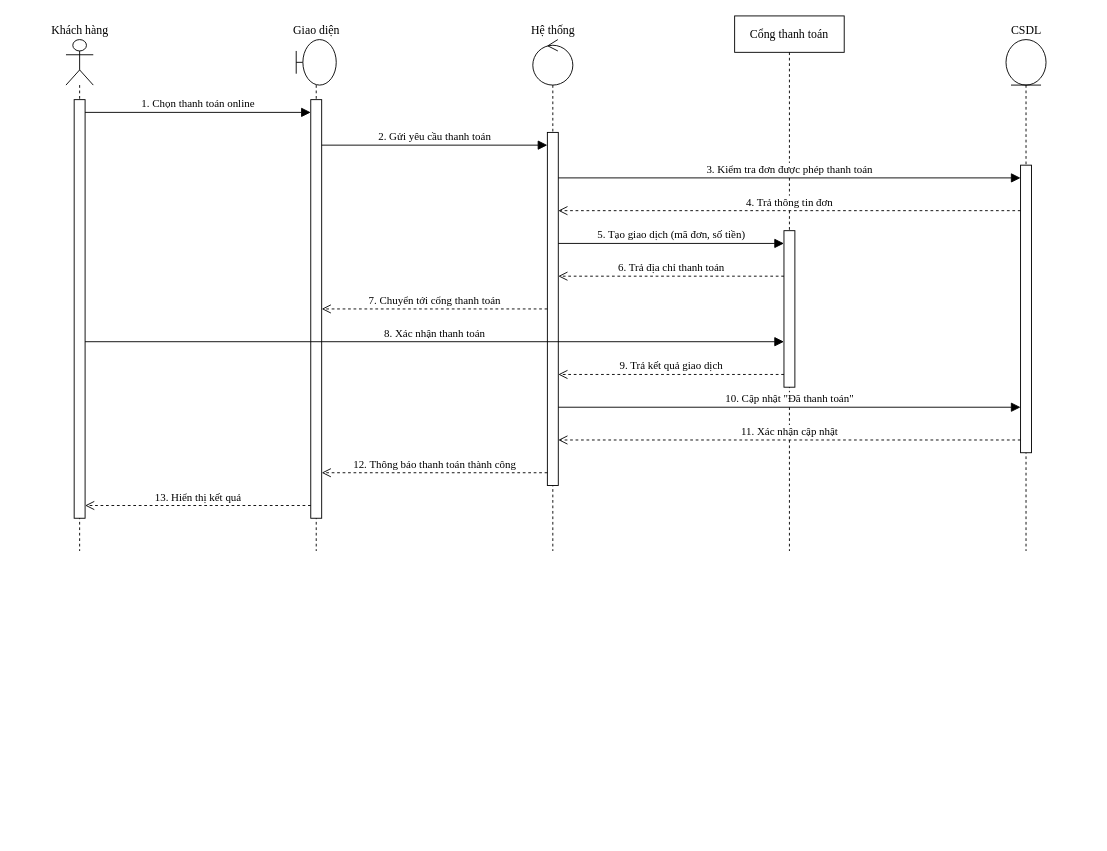
Before: docs/drawio/tuan-tu-don-gian/sd03-thanh-toan.drawio in ngocanh82205/Hieuthuoc, a draw.io diagram. Source tidied: cells renumbered, new cells numbered last; positions are measured from the earlier drawing's top-left corner, leaving out a move shared by most shapes. Both pictures are drawn from the tidied source at 91%, with x=0, y=0 at pixel (66, 15).
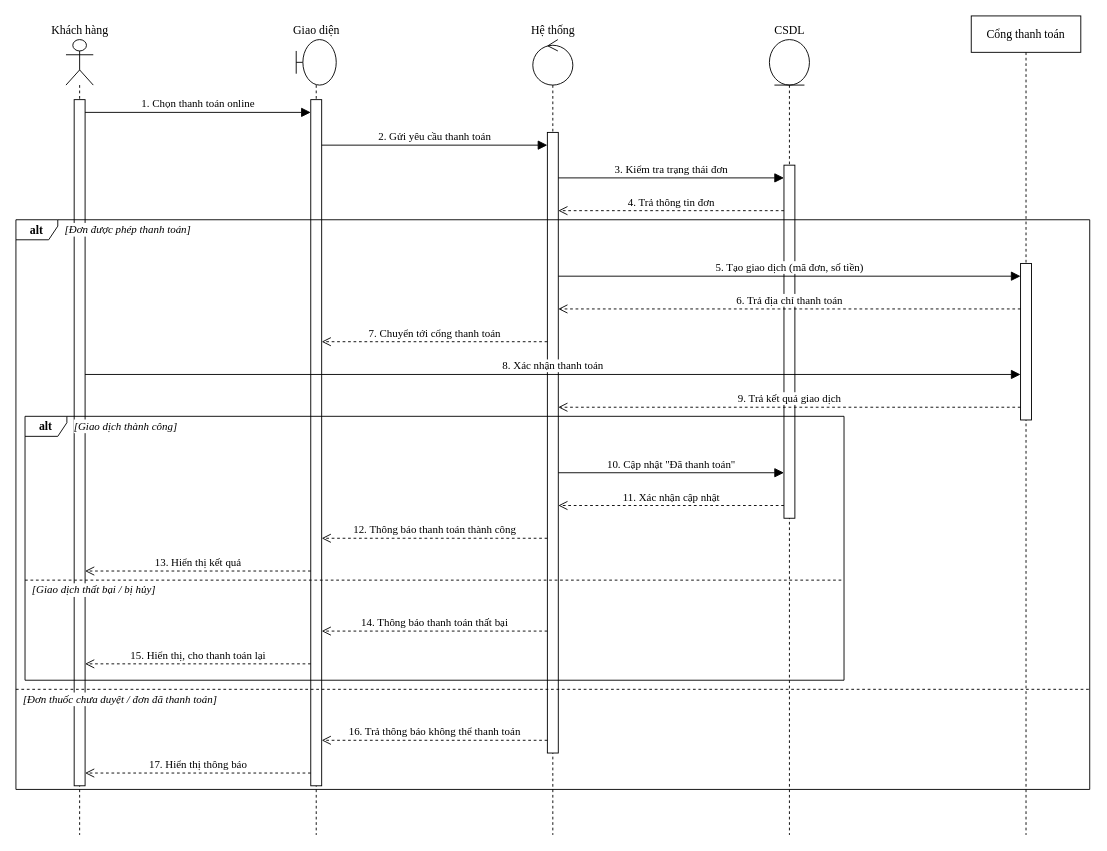
The same page after the edit.

Change to the diagram source:
```diff
@@
     <mxCell id="2" value="Khách hàng" style="shape=umlLifeline;perimeter=lifelinePerimeter;participant=umlActor;whiteSpace=nowrap;html=1;verticalAlign=bottom;labelPosition=center;verticalLabelPosition=top;align=center;size=50;fontFamily=Times New Roman;fontSize=13;fillColor=#ffffff;strokeColor=#000000;" parent="1" vertex="1">
-      <mxGeometry y="26" width="30" height="562" as="geometry" />
+      <mxGeometry y="26" width="30" height="874" as="geometry" />
     </mxCell>
     <mxCell id="3" value="Giao diện" style="shape=umlLifeline;perimeter=lifelinePerimeter;participant=umlBoundary;whiteSpace=nowrap;html=1;verticalAlign=bottom;labelPosition=center;verticalLabelPosition=top;align=center;size=50;fontFamily=Times New Roman;fontSize=13;fillColor=#ffffff;strokeColor=#000000;" parent="1" vertex="1">
-      <mxGeometry x="253" y="26" width="44" height="562" as="geometry" />
+      <mxGeometry x="253" y="26" width="44" height="874" as="geometry" />
     </mxCell>
     <mxCell id="4" value="Hệ thống" style="shape=umlLifeline;perimeter=lifelinePerimeter;participant=umlControl;whiteSpace=nowrap;html=1;verticalAlign=bottom;labelPosition=center;verticalLabelPosition=top;align=center;size=50;fontFamily=Times New Roman;fontSize=13;fillColor=#ffffff;strokeColor=#000000;" parent="1" vertex="1">
-      <mxGeometry x="513" y="26" width="44" height="562" as="geometry" />
+      <mxGeometry x="513" y="26" width="44" height="874" as="geometry" />
     </mxCell>
-    <mxCell id="5" value="Cổng thanh toán" style="shape=umlLifeline;perimeter=lifelinePerimeter;whiteSpace=wrap;html=1;size=40;fontFamily=Times New Roman;fontSize=13;fillColor=#ffffff;strokeColor=#000000;" parent="1" vertex="1">
-      <mxGeometry x="734.8" width="120.4" height="588" as="geometry" />
+    <mxCell id="5" value="CSDL" style="shape=umlLifeline;perimeter=lifelinePerimeter;participant=umlEntity;whiteSpace=nowrap;html=1;verticalAlign=bottom;labelPosition=center;verticalLabelPosition=top;align=center;size=50;fontFamily=Times New Roman;fontSize=13;fillColor=#ffffff;strokeColor=#000000;" parent="1" vertex="1">
+      <mxGeometry x="773" y="26" width="44" height="874" as="geometry" />
     </mxCell>
-    <mxCell id="6" value="CSDL" style="shape=umlLifeline;perimeter=lifelinePerimeter;participant=umlEntity;whiteSpace=nowrap;html=1;verticalAlign=bottom;labelPosition=center;verticalLabelPosition=top;align=center;size=50;fontFamily=Times New Roman;fontSize=13;fillColor=#ffffff;strokeColor=#000000;" parent="1" vertex="1">
-      <mxGeometry x="1033" y="26" width="44" height="562" as="geometry" />
+    <mxCell id="6" value="Cổng thanh toán" style="shape=umlLifeline;perimeter=lifelinePerimeter;whiteSpace=wrap;html=1;size=40;fontFamily=Times New Roman;fontSize=13;fillColor=#ffffff;strokeColor=#000000;" parent="1" vertex="1">
+      <mxGeometry x="994.8" width="120.4" height="900" as="geometry" />
     </mxCell>
     <mxCell id="7" style="html=1;perimeter=orthogonalPerimeter;fillColor=#ffffff;strokeColor=#000000;" parent="1" vertex="1">
-      <mxGeometry x="9" y="92" width="12" height="460" as="geometry" />
+      <mxGeometry x="9" y="92" width="12" height="754" as="geometry" />
     </mxCell>
     <mxCell id="8" style="html=1;perimeter=orthogonalPerimeter;fillColor=#ffffff;strokeColor=#000000;" parent="1" vertex="1">
-      <mxGeometry x="269" y="92" width="12" height="460" as="geometry" />
+      <mxGeometry x="269" y="92" width="12" height="754" as="geometry" />
     </mxCell>
     <mxCell id="9" style="html=1;perimeter=orthogonalPerimeter;fillColor=#ffffff;strokeColor=#000000;" parent="1" vertex="1">
-      <mxGeometry x="529" y="128" width="12" height="388" as="geometry" />
+      <mxGeometry x="529" y="128" width="12" height="682" as="geometry" />
     </mxCell>
     <mxCell id="10" style="html=1;perimeter=orthogonalPerimeter;fillColor=#ffffff;strokeColor=#000000;" parent="1" vertex="1">
-      <mxGeometry x="789" y="236" width="12" height="172" as="geometry" />
+      <mxGeometry x="789" y="164" width="12" height="388" as="geometry" />
     </mxCell>
     <mxCell id="11" style="html=1;perimeter=orthogonalPerimeter;fillColor=#ffffff;strokeColor=#000000;" parent="1" vertex="1">
-      <mxGeometry x="1049" y="164" width="12" height="316" as="geometry" />
+      <mxGeometry x="1049" y="272" width="12" height="172" as="geometry" />
     </mxCell>
-    <mxCell id="12" value="1. Chọn thanh toán online" style="html=1;verticalAlign=bottom;fontFamily=Times New Roman;fontSize=13;fontSize=12;strokeColor=#000000;labelBackgroundColor=#ffffff;endArrow=block;endFill=1;endSize=8;" parent="1" edge="1">
-      <mxGeometry relative="1" as="geometry">
-        <mxPoint x="21" y="106" as="sourcePoint" />
-        <mxPoint x="269" y="106" as="targetPoint" />
-      </mxGeometry>
-    </mxCell>
-    <mxCell id="13" value="2. Gửi yêu cầu thanh toán" style="html=1;verticalAlign=bottom;fontFamily=Times New Roman;fontSize=13;fontSize=12;strokeColor=#000000;labelBackgroundColor=#ffffff;endArrow=block;endFill=1;endSize=8;" parent="1" edge="1">
-      <mxGeometry relative="1" as="geometry">
-        <mxPoint x="281" y="142" as="sourcePoint" />
-        <mxPoint x="529" y="142" as="targetPoint" />
-      </mxGeometry>
-    </mxCell>
+    <mxCell id="25" value="alt" style="shape=umlFrame;whiteSpace=wrap;html=1;width=46;height=22;fontStyle=1;fontFamily=Times New Roman;fontSize=13;strokeColor=#000000;fillColor=none;" parent="1" vertex="1">
+      <mxGeometry x="-45" y="440" width="900" height="290" as="geometry" />
+    </mxCell>
+    <mxCell id="26" value="[Giao dịch thành công]" style="text;html=1;align=left;verticalAlign=middle;fontFamily=Times New Roman;fontSize=13;fontSize=12;fontStyle=2;labelBackgroundColor=#ffffff;" parent="1" vertex="1">
+      <mxGeometry x="7" y="441" width="175.2" height="20" as="geometry" />
+    </mxCell>
-    <mxCell id="14" value="3. Kiểm tra đơn được phép thanh toán" style="html=1;verticalAlign=bottom;fontFamily=Times New Roman;fontSize=13;fontSize=12;strokeColor=#000000;labelBackgroundColor=#ffffff;endArrow=block;endFill=1;endSize=8;" parent="1" edge="1">
+    <mxCell id="14" style="html=1;endArrow=none;dashed=1;strokeColor=#000000;" parent="1" edge="1">
       <mxGeometry relative="1" as="geometry">
-        <mxPoint x="541" y="178" as="sourcePoint" />
-        <mxPoint x="1049" y="178" as="targetPoint" />
+        <mxPoint x="-45" y="620" as="sourcePoint" />
+        <mxPoint x="855" y="620" as="targetPoint" />
       </mxGeometry>
     </mxCell>
-    <mxCell id="15" value="4. Trả thông tin đơn" style="html=1;verticalAlign=bottom;fontFamily=Times New Roman;fontSize=13;fontSize=12;strokeColor=#000000;labelBackgroundColor=#ffffff;dashed=1;endArrow=open;endSize=8;" parent="1" edge="1">
-      <mxGeometry relative="1" as="geometry">
-        <mxPoint x="1049" y="214" as="sourcePoint" />
-        <mxPoint x="541" y="214" as="targetPoint" />
-      </mxGeometry>
-    </mxCell>
-    <mxCell id="16" value="5. Tạo giao dịch (mã đơn, số tiền)" style="html=1;verticalAlign=bottom;fontFamily=Times New Roman;fontSize=13;fontSize=12;strokeColor=#000000;labelBackgroundColor=#ffffff;endArrow=block;endFill=1;endSize=8;" parent="1" edge="1">
-      <mxGeometry relative="1" as="geometry">
-        <mxPoint x="541" y="250" as="sourcePoint" />
-        <mxPoint x="789" y="250" as="targetPoint" />
-      </mxGeometry>
-    </mxCell>
-    <mxCell id="17" value="6. Trả địa chỉ thanh toán" style="html=1;verticalAlign=bottom;fontFamily=Times New Roman;fontSize=13;fontSize=12;strokeColor=#000000;labelBackgroundColor=#ffffff;dashed=1;endArrow=open;endSize=8;" parent="1" edge="1">
-      <mxGeometry relative="1" as="geometry">
-        <mxPoint x="789" y="286" as="sourcePoint" />
-        <mxPoint x="541" y="286" as="targetPoint" />
-      </mxGeometry>
-    </mxCell>
+    <mxCell id="27" value="[Giao dịch thất bại / bị hủy]" style="text;html=1;align=left;verticalAlign=middle;fontFamily=Times New Roman;fontSize=13;fontSize=12;fontStyle=2;labelBackgroundColor=#ffffff;" parent="1" vertex="1">
+      <mxGeometry x="-39" y="621" width="223.9" height="20" as="geometry" />
+    </mxCell>
+    <mxCell id="28" value="alt" style="shape=umlFrame;whiteSpace=wrap;html=1;width=46;height=22;fontStyle=1;fontFamily=Times New Roman;fontSize=13;strokeColor=#000000;fillColor=none;" parent="1" vertex="1">
+      <mxGeometry x="-55" y="224" width="1180" height="626" as="geometry" />
+    </mxCell>
+    <mxCell id="29" value="[Đơn được phép thanh toán]" style="text;html=1;align=left;verticalAlign=middle;fontFamily=Times New Roman;fontSize=13;fontSize=12;fontStyle=2;labelBackgroundColor=#ffffff;" parent="1" vertex="1">
+      <mxGeometry x="-3" y="225" width="203" height="20" as="geometry" />
+    </mxCell>
-    <mxCell id="18" value="7. Chuyển tới cổng thanh toán" style="html=1;verticalAlign=bottom;fontFamily=Times New Roman;fontSize=13;fontSize=12;strokeColor=#000000;labelBackgroundColor=#ffffff;dashed=1;endArrow=open;endSize=8;" parent="1" edge="1">
+    <mxCell id="18" style="html=1;endArrow=none;dashed=1;strokeColor=#000000;" parent="1" edge="1">
       <mxGeometry relative="1" as="geometry">
-        <mxPoint x="529" y="322" as="sourcePoint" />
-        <mxPoint x="281" y="322" as="targetPoint" />
+        <mxPoint x="-55" y="740" as="sourcePoint" />
+        <mxPoint x="1125" y="740" as="targetPoint" />
       </mxGeometry>
     </mxCell>
-    <mxCell id="19" value="8. Xác nhận thanh toán" style="html=1;verticalAlign=bottom;fontFamily=Times New Roman;fontSize=13;fontSize=12;strokeColor=#000000;labelBackgroundColor=#ffffff;endArrow=block;endFill=1;endSize=8;" parent="1" edge="1">
-      <mxGeometry relative="1" as="geometry">
-        <mxPoint x="21" y="358" as="sourcePoint" />
-        <mxPoint x="789" y="358" as="targetPoint" />
-      </mxGeometry>
-    </mxCell>
+    <mxCell id="30" value="[Đơn thuốc chưa duyệt / đơn đã thanh toán]" style="text;html=1;align=left;verticalAlign=middle;fontFamily=Times New Roman;fontSize=13;fontSize=12;fontStyle=2;labelBackgroundColor=#ffffff;" parent="1" vertex="1">
+      <mxGeometry x="-49" y="741" width="314.4" height="20" as="geometry" />
+    </mxCell>
-    <mxCell id="20" value="9. Trả kết quả giao dịch" style="html=1;verticalAlign=bottom;fontFamily=Times New Roman;fontSize=13;fontSize=12;strokeColor=#000000;labelBackgroundColor=#ffffff;dashed=1;endArrow=open;endSize=8;" parent="1" edge="1">
+    <mxCell id="20" value="1. Chọn thanh toán online" style="html=1;verticalAlign=bottom;fontFamily=Times New Roman;fontSize=13;fontSize=12;strokeColor=#000000;labelBackgroundColor=#ffffff;endArrow=block;endFill=1;endSize=8;" parent="1" edge="1">
       <mxGeometry relative="1" as="geometry">
-        <mxPoint x="789" y="394" as="sourcePoint" />
-        <mxPoint x="541" y="394" as="targetPoint" />
+        <mxPoint x="21" y="106" as="sourcePoint" />
+        <mxPoint x="269" y="106" as="targetPoint" />
       </mxGeometry>
     </mxCell>
-    <mxCell id="21" value="10. Cập nhật &quot;Đã thanh toán&quot;" style="html=1;verticalAlign=bottom;fontFamily=Times New Roman;fontSize=13;fontSize=12;strokeColor=#000000;labelBackgroundColor=#ffffff;endArrow=block;endFill=1;endSize=8;" parent="1" edge="1">
+    <mxCell id="21" value="2. Gửi yêu cầu thanh toán" style="html=1;verticalAlign=bottom;fontFamily=Times New Roman;fontSize=13;fontSize=12;strokeColor=#000000;labelBackgroundColor=#ffffff;endArrow=block;endFill=1;endSize=8;" parent="1" edge="1">
       <mxGeometry relative="1" as="geometry">
-        <mxPoint x="541" y="430" as="sourcePoint" />
-        <mxPoint x="1049" y="430" as="targetPoint" />
+        <mxPoint x="281" y="142" as="sourcePoint" />
+        <mxPoint x="529" y="142" as="targetPoint" />
       </mxGeometry>
     </mxCell>
-    <mxCell id="22" value="11. Xác nhận cập nhật" style="html=1;verticalAlign=bottom;fontFamily=Times New Roman;fontSize=13;fontSize=12;strokeColor=#000000;labelBackgroundColor=#ffffff;dashed=1;endArrow=open;endSize=8;" parent="1" edge="1">
+    <mxCell id="22" value="3. Kiểm tra trạng thái đơn" style="html=1;verticalAlign=bottom;fontFamily=Times New Roman;fontSize=13;fontSize=12;strokeColor=#000000;labelBackgroundColor=#ffffff;endArrow=block;endFill=1;endSize=8;" parent="1" edge="1">
       <mxGeometry relative="1" as="geometry">
-        <mxPoint x="1049" y="466" as="sourcePoint" />
-        <mxPoint x="541" y="466" as="targetPoint" />
+        <mxPoint x="541" y="178" as="sourcePoint" />
+        <mxPoint x="789" y="178" as="targetPoint" />
       </mxGeometry>
     </mxCell>
-    <mxCell id="23" value="12. Thông báo thanh toán thành công" style="html=1;verticalAlign=bottom;fontFamily=Times New Roman;fontSize=13;fontSize=12;strokeColor=#000000;labelBackgroundColor=#ffffff;dashed=1;endArrow=open;endSize=8;" parent="1" edge="1">
+    <mxCell id="23" value="4. Trả thông tin đơn" style="html=1;verticalAlign=bottom;fontFamily=Times New Roman;fontSize=13;fontSize=12;strokeColor=#000000;labelBackgroundColor=#ffffff;dashed=1;endArrow=open;endSize=8;" parent="1" edge="1">
       <mxGeometry relative="1" as="geometry">
-        <mxPoint x="529" y="502" as="sourcePoint" />
-        <mxPoint x="281" y="502" as="targetPoint" />
+        <mxPoint x="789" y="214" as="sourcePoint" />
+        <mxPoint x="541" y="214" as="targetPoint" />
       </mxGeometry>
     </mxCell>
-    <mxCell id="24" value="13. Hiển thị kết quả" style="html=1;verticalAlign=bottom;fontFamily=Times New Roman;fontSize=13;fontSize=12;strokeColor=#000000;labelBackgroundColor=#ffffff;dashed=1;endArrow=open;endSize=8;" parent="1" edge="1">
+    <mxCell id="24" value="5. Tạo giao dịch (mã đơn, số tiền)" style="html=1;verticalAlign=bottom;fontFamily=Times New Roman;fontSize=13;fontSize=12;strokeColor=#000000;labelBackgroundColor=#ffffff;endArrow=block;endFill=1;endSize=8;" parent="1" edge="1">
       <mxGeometry relative="1" as="geometry">
-        <mxPoint x="269" y="538" as="sourcePoint" />
-        <mxPoint x="21" y="538" as="targetPoint" />
+        <mxPoint x="541" y="286" as="sourcePoint" />
+        <mxPoint x="1049" y="286" as="targetPoint" />
       </mxGeometry>
     </mxCell>
+    <mxCell id="17" value="6. Trả địa chỉ thanh toán" style="html=1;verticalAlign=bottom;fontFamily=Times New Roman;fontSize=13;fontSize=12;strokeColor=#000000;labelBackgroundColor=#ffffff;dashed=1;endArrow=open;endSize=8;" parent="1" edge="1">
+      <mxGeometry relative="1" as="geometry">
+        <mxPoint x="1049" y="322" as="sourcePoint" />
+        <mxPoint x="541" y="322" as="targetPoint" />
+      </mxGeometry>
+    </mxCell>
+    <mxCell id="31" value="7. Chuyển tới cổng thanh toán" style="html=1;verticalAlign=bottom;fontFamily=Times New Roman;fontSize=13;fontSize=12;strokeColor=#000000;labelBackgroundColor=#ffffff;dashed=1;endArrow=open;endSize=8;" parent="1" edge="1">
+      <mxGeometry relative="1" as="geometry">
+        <mxPoint x="529" y="358" as="sourcePoint" />
+        <mxPoint x="281" y="358" as="targetPoint" />
+      </mxGeometry>
+    </mxCell>
+    <mxCell id="19" value="8. Xác nhận thanh toán" style="html=1;verticalAlign=bottom;fontFamily=Times New Roman;fontSize=13;fontSize=12;strokeColor=#000000;labelBackgroundColor=#ffffff;endArrow=block;endFill=1;endSize=8;" parent="1" edge="1">
+      <mxGeometry relative="1" as="geometry">
+        <mxPoint x="21" y="394" as="sourcePoint" />
+        <mxPoint x="1049" y="394" as="targetPoint" />
+      </mxGeometry>
+    </mxCell>
+    <mxCell id="32" value="9. Trả kết quả giao dịch" style="html=1;verticalAlign=bottom;fontFamily=Times New Roman;fontSize=13;fontSize=12;strokeColor=#000000;labelBackgroundColor=#ffffff;dashed=1;endArrow=open;endSize=8;" parent="1" edge="1">
+      <mxGeometry relative="1" as="geometry">
+        <mxPoint x="1049" y="430" as="sourcePoint" />
+        <mxPoint x="541" y="430" as="targetPoint" />
+      </mxGeometry>
+    </mxCell>
+    <mxCell id="33" value="10. Cập nhật &quot;Đã thanh toán&quot;" style="html=1;verticalAlign=bottom;fontFamily=Times New Roman;fontSize=13;fontSize=12;strokeColor=#000000;labelBackgroundColor=#ffffff;endArrow=block;endFill=1;endSize=8;" parent="1" edge="1">
+      <mxGeometry relative="1" as="geometry">
+        <mxPoint x="541" y="502" as="sourcePoint" />
+        <mxPoint x="789" y="502" as="targetPoint" />
+      </mxGeometry>
+    </mxCell>
+    <mxCell id="34" value="11. Xác nhận cập nhật" style="html=1;verticalAlign=bottom;fontFamily=Times New Roman;fontSize=13;fontSize=12;strokeColor=#000000;labelBackgroundColor=#ffffff;dashed=1;endArrow=open;endSize=8;" parent="1" edge="1">
+      <mxGeometry relative="1" as="geometry">
+        <mxPoint x="789" y="538" as="sourcePoint" />
+        <mxPoint x="541" y="538" as="targetPoint" />
+      </mxGeometry>
+    </mxCell>
+    <mxCell id="35" value="12. Thông báo thanh toán thành công" style="html=1;verticalAlign=bottom;fontFamily=Times New Roman;fontSize=13;fontSize=12;strokeColor=#000000;labelBackgroundColor=#ffffff;dashed=1;endArrow=open;endSize=8;" parent="1" edge="1">
+      <mxGeometry relative="1" as="geometry">
+        <mxPoint x="529" y="574" as="sourcePoint" />
+        <mxPoint x="281" y="574" as="targetPoint" />
+      </mxGeometry>
+    </mxCell>
+    <mxCell id="36" value="13. Hiển thị kết quả" style="html=1;verticalAlign=bottom;fontFamily=Times New Roman;fontSize=13;fontSize=12;strokeColor=#000000;labelBackgroundColor=#ffffff;dashed=1;endArrow=open;endSize=8;" parent="1" edge="1">
+      <mxGeometry relative="1" as="geometry">
+        <mxPoint x="269" y="610" as="sourcePoint" />
+        <mxPoint x="21" y="610" as="targetPoint" />
+      </mxGeometry>
+    </mxCell>
+    <mxCell id="37" value="14. Thông báo thanh toán thất bại" style="html=1;verticalAlign=bottom;fontFamily=Times New Roman;fontSize=13;fontSize=12;strokeColor=#000000;labelBackgroundColor=#ffffff;dashed=1;endArrow=open;endSize=8;" parent="1" edge="1">
+      <mxGeometry relative="1" as="geometry">
+        <mxPoint x="529" y="676" as="sourcePoint" />
+        <mxPoint x="281" y="676" as="targetPoint" />
+      </mxGeometry>
+    </mxCell>
+    <mxCell id="38" value="15. Hiển thị, cho thanh toán lại" style="html=1;verticalAlign=bottom;fontFamily=Times New Roman;fontSize=13;fontSize=12;strokeColor=#000000;labelBackgroundColor=#ffffff;dashed=1;endArrow=open;endSize=8;" parent="1" edge="1">
+      <mxGeometry relative="1" as="geometry">
+        <mxPoint x="269" y="712" as="sourcePoint" />
+        <mxPoint x="21" y="712" as="targetPoint" />
+      </mxGeometry>
+    </mxCell>
+    <mxCell id="39" value="16. Trả thông báo không thể thanh toán" style="html=1;verticalAlign=bottom;fontFamily=Times New Roman;fontSize=13;fontSize=12;strokeColor=#000000;labelBackgroundColor=#ffffff;dashed=1;endArrow=open;endSize=8;" parent="1" edge="1">
+      <mxGeometry relative="1" as="geometry">
+        <mxPoint x="529" y="796" as="sourcePoint" />
+        <mxPoint x="281" y="796" as="targetPoint" />
+      </mxGeometry>
+    </mxCell>
+    <mxCell id="40" value="17. Hiển thị thông báo" style="html=1;verticalAlign=bottom;fontFamily=Times New Roman;fontSize=13;fontSize=12;strokeColor=#000000;labelBackgroundColor=#ffffff;dashed=1;endArrow=open;endSize=8;" parent="1" edge="1">
+      <mxGeometry relative="1" as="geometry">
+        <mxPoint x="269" y="832" as="sourcePoint" />
+        <mxPoint x="21" y="832" as="targetPoint" />
+      </mxGeometry>
+    </mxCell>
```
